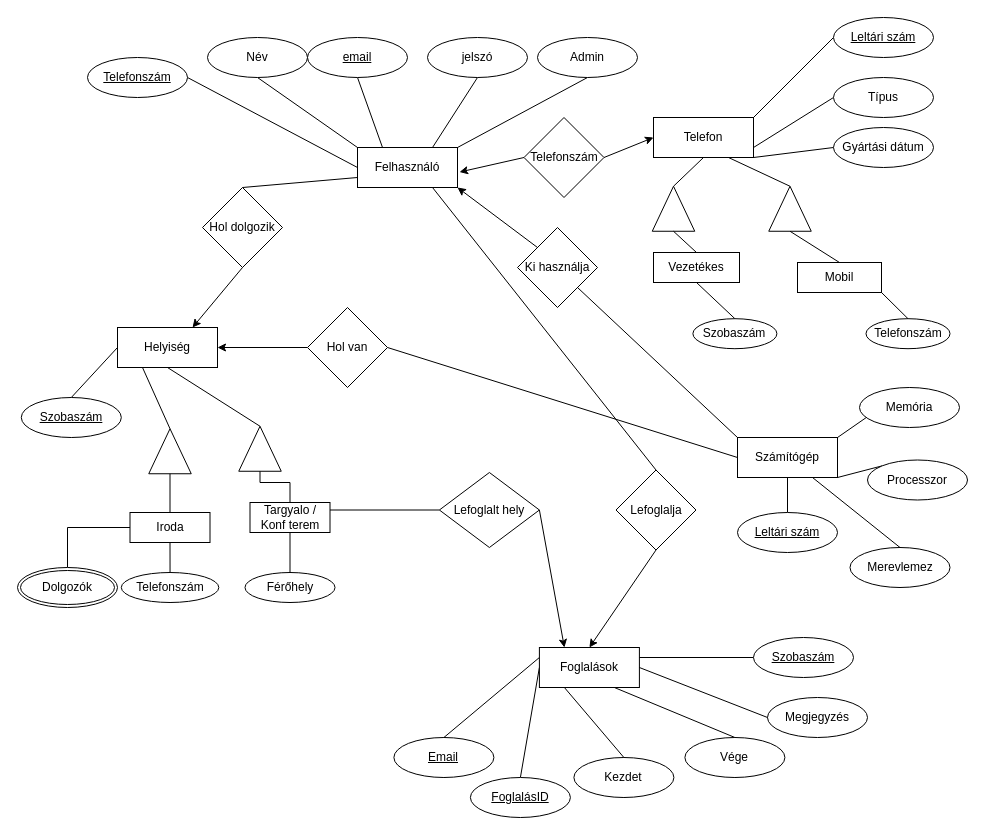
This is Munkahely.drawio from Troversones/adatbProjekt, a draw.io file, before an edit. Source tidied: cells renumbered, new cells numbered last; positions are measured from the earlier drawing's top-left corner, leaving out a move shared by most shapes. Both pictures are drawn from the tidied source at 100%, with x=0, y=0 at pixel (17, 17).
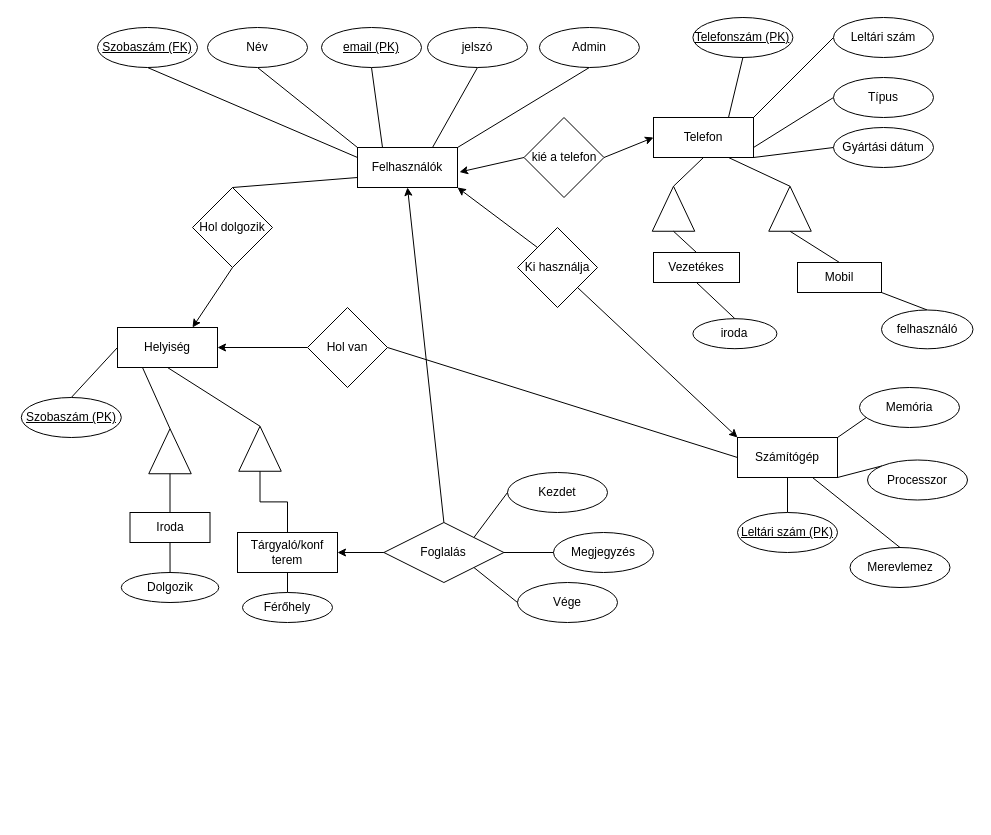
Above is the later version.

The change refers to these unchanged cells:
```xml
<mxCell id="6" value="Számítógép" style="whiteSpace=wrap;html=1;align=center;" parent="1" vertex="1">
  <mxGeometry x="720" y="420" width="100" height="40" as="geometry" />
</mxCell>
<mxCell id="7" value="Telefon" style="whiteSpace=wrap;html=1;align=center;" parent="1" vertex="1">
  <mxGeometry x="636" y="100" width="100" height="40" as="geometry" />
</mxCell>
<mxCell id="39" value="Ki használja" style="rhombus;whiteSpace=wrap;html=1;" parent="1" vertex="1">
  <mxGeometry x="500" y="210" width="80" height="80" as="geometry" />
</mxCell>
<mxCell id="60" value="Iroda" style="whiteSpace=wrap;html=1;align=center;" parent="1" vertex="1">
  <mxGeometry x="112.5" y="495" width="80" height="30" as="geometry" />
</mxCell>
<mxCell id="64" style="triangle;whiteSpace=wrap;html=1;rotation=-90;" parent="1" vertex="1">
  <mxGeometry x="220" y="410" width="45" height="42.5" as="geometry" />
</mxCell>
```

Diff of the diagram source:
```diff
@@
-    <mxCell id="2" style="rounded=0;jettySize=auto;html=1;exitX=0.75;exitY=1;exitDx=0;exitDy=0;entryX=0.5;entryY=0;entryDx=0;entryDy=0;endArrow=none;endFill=0;" parent="1" edge="1" source="3" target="81">
-      <mxGeometry relative="1" as="geometry" />
-    </mxCell>
+    <mxCell id="89" style="rounded=0;jettySize=auto;html=1;exitX=0;exitY=0.25;exitDx=0;exitDy=0;entryX=0.5;entryY=1;entryDx=0;entryDy=0;endArrow=none;endFill=0;" parent="1" edge="1" source="3" target="93">
+      <mxGeometry relative="1" as="geometry" />
+    </mxCell>
-    <mxCell id="3" value="Felhasználó" style="whiteSpace=wrap;html=1;align=center;" parent="1" vertex="1">
+    <mxCell id="3" value="Felhasználók" style="whiteSpace=wrap;html=1;align=center;" parent="1" vertex="1">
       <mxGeometry x="340" y="130" width="100" height="40" as="geometry" />
     </mxCell>
-    <mxCell id="4" style="rounded=0;jettySize=auto;html=1;exitX=0;exitY=0;exitDx=0;exitDy=0;entryX=1;entryY=1;entryDx=0;entryDy=0;endArrow=none;endFill=0;" parent="1" edge="1" source="6" target="39">
-      <mxGeometry relative="1" as="geometry" />
-    </mxCell>
@@
+    <mxCell id="90" style="rounded=0;jettySize=auto;html=1;exitX=0.75;exitY=0;exitDx=0;exitDy=0;endArrow=none;endFill=0;entryX=0.5;entryY=1;entryDx=0;entryDy=0;" parent="1" edge="1" source="7" target="92">
+      <mxGeometry relative="1" as="geometry" />
+    </mxCell>
@@
     <mxCell id="9" value="Név" style="ellipse;whiteSpace=wrap;html=1;align=center;" parent="1" vertex="1">
-      <mxGeometry x="190" y="20" width="100" height="40" as="geometry" />
+      <mxGeometry x="190" y="10" width="100" height="40" as="geometry" />
     </mxCell>
@@
-    <mxCell id="11" value="&lt;u&gt;email&lt;/u&gt;" style="ellipse;whiteSpace=wrap;html=1;align=center;" parent="1" vertex="1">
-      <mxGeometry x="290" y="20" width="100" height="40" as="geometry" />
+    <mxCell id="11" value="&lt;u&gt;email (PK)&lt;/u&gt;" style="ellipse;whiteSpace=wrap;html=1;align=center;" parent="1" vertex="1">
+      <mxGeometry x="304" y="10" width="100" height="40" as="geometry" />
     </mxCell>
@@
     <mxCell id="13" value="jelszó" style="ellipse;whiteSpace=wrap;html=1;align=center;" parent="1" vertex="1">
-      <mxGeometry x="410" y="20" width="100" height="40" as="geometry" />
+      <mxGeometry x="410" y="10" width="100" height="40" as="geometry" />
     </mxCell>
@@
     <mxCell id="15" value="Admin" style="ellipse;whiteSpace=wrap;html=1;align=center;" parent="1" vertex="1">
-      <mxGeometry x="520" y="20" width="100" height="40" as="geometry" />
+      <mxGeometry x="521.9" y="10" width="100" height="40" as="geometry" />
     </mxCell>
@@
-    <mxCell id="17" value="&lt;u&gt;Leltári szám&lt;/u&gt;" style="ellipse;whiteSpace=wrap;html=1;align=center;" parent="1" vertex="1">
+    <mxCell id="17" value="Leltári szám" style="ellipse;whiteSpace=wrap;html=1;align=center;" parent="1" vertex="1">
       <mxGeometry x="816" width="100" height="40" as="geometry" />
     </mxCell>
@@
-    <mxCell id="23" value="&lt;u&gt;Leltári szám&lt;/u&gt;" style="ellipse;whiteSpace=wrap;html=1;align=center;" parent="1" vertex="1">
+    <mxCell id="23" value="&lt;u&gt;Leltári szám (PK)&lt;/u&gt;" style="ellipse;whiteSpace=wrap;html=1;align=center;" parent="1" vertex="1">
       <mxGeometry x="720" y="495" width="100" height="40" as="geometry" />
     </mxCell>
@@
-    <mxCell id="36" value="Telefonszám" style="rhombus;whiteSpace=wrap;html=1;" parent="1" vertex="1">
+    <mxCell id="36" value="kié a telefon" style="rhombus;whiteSpace=wrap;html=1;" parent="1" vertex="1">
       <mxGeometry x="506.5" y="100" width="80" height="80" as="geometry" />
     </mxCell>
@@
+    <mxCell id="91" style="rounded=0;jettySize=auto;html=1;exitX=1;exitY=1;exitDx=0;exitDy=0;entryX=0;entryY=0;entryDx=0;entryDy=0;" parent="1" edge="1" source="39" target="6">
+      <mxGeometry relative="1" as="geometry" />
+    </mxCell>
@@
-    <mxCell id="41" value="Szobaszám" style="ellipse;whiteSpace=wrap;html=1;align=center;fontStyle=4;" parent="1" vertex="1">
+    <mxCell id="41" value="Szobaszám (PK)" style="ellipse;whiteSpace=wrap;html=1;align=center;fontStyle=4;" parent="1" vertex="1">
       <mxGeometry x="3.8" y="380" width="100" height="40" as="geometry" />
     </mxCell>
@@
     <mxCell id="43" value="Hol dolgozik" style="rhombus;whiteSpace=wrap;html=1;" parent="1" vertex="1">
-      <mxGeometry x="185" y="170" width="80" height="80" as="geometry" />
+      <mxGeometry x="175" y="170" width="80" height="80" as="geometry" />
     </mxCell>
@@
-    <mxCell id="45" style="rounded=0;jettySize=auto;html=1;exitX=1;exitY=0.25;exitDx=0;exitDy=0;entryX=0;entryY=0.5;entryDx=0;entryDy=0;endArrow=none;endFill=0;" parent="1" edge="1" source="67" target="84">
-      <mxGeometry relative="1" as="geometry" />
-    </mxCell>
@@
-    <mxCell id="51" value="Telefonszám" style="ellipse;whiteSpace=wrap;html=1;align=center;" parent="1" vertex="1">
-      <mxGeometry x="848.5" y="301.2" width="84" height="30" as="geometry" />
+    <mxCell id="51" value="felhasználó" style="ellipse;whiteSpace=wrap;html=1;align=center;" parent="1" vertex="1">
+      <mxGeometry x="864" y="292.5" width="91.5" height="38.8" as="geometry" />
     </mxCell>
@@
-    <mxCell id="53" value="Szobaszám" style="ellipse;whiteSpace=wrap;html=1;align=center;" parent="1" vertex="1">
+    <mxCell id="53" value="iroda" style="ellipse;whiteSpace=wrap;html=1;align=center;" parent="1" vertex="1">
       <mxGeometry x="675.4" y="301.2" width="84" height="30" as="geometry" />
     </mxCell>
-    <mxCell id="54" style="rounded=0;jettySize=auto;html=1;exitX=1;exitY=0.5;exitDx=0;exitDy=0;entryX=0;entryY=0.5;entryDx=0;entryDy=0;endArrow=none;endFill=0;" parent="1" edge="1" source="55" target="3">
-      <mxGeometry relative="1" as="geometry" />
-    </mxCell>
-    <mxCell id="55" value="&lt;u&gt;Telefonszám&lt;/u&gt;" style="ellipse;whiteSpace=wrap;html=1;align=center;" parent="1" vertex="1">
-      <mxGeometry x="70" y="40" width="100" height="40" as="geometry" />
-    </mxCell>
@@
-    <mxCell id="59" style="edgeStyle=orthogonalEdgeStyle;rounded=0;jettySize=auto;html=1;exitX=0;exitY=0.5;exitDx=0;exitDy=0;entryX=0.5;entryY=0;entryDx=0;entryDy=0;endArrow=none;endFill=0;entryPerimeter=0;" parent="1" edge="1" source="60" target="88">
-      <mxGeometry relative="1" as="geometry" />
-    </mxCell>
@@
-    <mxCell id="62" value="Telefonszám" style="ellipse;whiteSpace=wrap;html=1;align=center;" parent="1" vertex="1">
+    <mxCell id="62" value="Dolgozik" style="ellipse;whiteSpace=wrap;html=1;align=center;" parent="1" vertex="1">
       <mxGeometry x="103.8" y="555" width="97.5" height="30" as="geometry" />
     </mxCell>
@@
-    <mxCell id="65" style="rounded=0;jettySize=auto;html=1;exitX=0.5;exitY=0;exitDx=0;exitDy=0;entryX=0;entryY=0.5;entryDx=0;entryDy=0;endArrow=none;endFill=0;edgeStyle=orthogonalEdgeStyle;" parent="1" edge="1" source="67" target="64">
+    <mxCell id="65" style="rounded=0;jettySize=auto;html=1;exitX=0.5;exitY=0;exitDx=0;exitDy=0;entryX=0;entryY=0.5;entryDx=0;entryDy=0;endArrow=none;endFill=0;edgeStyle=orthogonalEdgeStyle;" parent="1" edge="1" source="96" target="64">
       <mxGeometry relative="1" as="geometry" />
     </mxCell>
-    <mxCell id="66" style="rounded=0;jettySize=auto;html=1;exitX=0.5;exitY=1;exitDx=0;exitDy=0;entryX=0.5;entryY=0;entryDx=0;entryDy=0;endArrow=none;endFill=0;" parent="1" edge="1" source="67" target="85">
+    <mxCell id="66" style="rounded=0;jettySize=auto;html=1;exitX=0.5;exitY=1;exitDx=0;exitDy=0;entryX=0.5;entryY=0;entryDx=0;entryDy=0;endArrow=none;endFill=0;" parent="1" edge="1" source="96" target="85">
       <mxGeometry relative="1" as="geometry" />
     </mxCell>
-    <mxCell id="67" value="Targyalo / Konf terem" style="whiteSpace=wrap;html=1;align=center;" parent="1" vertex="1">
-      <mxGeometry x="232.5" y="485" width="80" height="30" as="geometry" />
-    </mxCell>
@@
-    <mxCell id="70" style="rounded=0;jettySize=auto;html=1;exitX=0;exitY=0.5;exitDx=0;exitDy=0;entryX=0.5;entryY=0;entryDx=0;entryDy=0;endArrow=none;endFill=0;" parent="1" edge="1" source="74" target="75">
-      <mxGeometry relative="1" as="geometry" />
-    </mxCell>
-    <mxCell id="71" style="rounded=0;jettySize=auto;html=1;exitX=0.25;exitY=1;exitDx=0;exitDy=0;entryX=0.5;entryY=0;entryDx=0;entryDy=0;endArrow=none;endFill=0;" parent="1" edge="1" source="74" target="76">
-      <mxGeometry relative="1" as="geometry" />
-    </mxCell>
-    <mxCell id="72" style="rounded=0;jettySize=auto;html=1;exitX=0.75;exitY=1;exitDx=0;exitDy=0;entryX=0.5;entryY=0;entryDx=0;entryDy=0;endArrow=none;endFill=0;" parent="1" edge="1" source="74" target="77">
-      <mxGeometry relative="1" as="geometry" />
-    </mxCell>
-    <mxCell id="73" style="rounded=0;jettySize=auto;html=1;exitX=0;exitY=0.25;exitDx=0;exitDy=0;entryX=0.5;entryY=0;entryDx=0;entryDy=0;endArrow=none;endFill=0;" parent="1" edge="1" source="74" target="82">
-      <mxGeometry relative="1" as="geometry" />
-    </mxCell>
-    <mxCell id="74" value="Foglalások" style="whiteSpace=wrap;html=1;align=center;" parent="1" vertex="1">
-      <mxGeometry x="521.9" y="630" width="100" height="40" as="geometry" />
-    </mxCell>
-    <mxCell id="75" value="FoglalásID" style="ellipse;whiteSpace=wrap;html=1;align=center;fontStyle=4;" parent="1" vertex="1">
-      <mxGeometry x="452.9" y="760" width="100" height="40" as="geometry" />
-    </mxCell>
     <mxCell id="76" value="Kezdet" style="ellipse;whiteSpace=wrap;html=1;align=center;" parent="1" vertex="1">
-      <mxGeometry x="556.4" y="740" width="100" height="40" as="geometry" />
+      <mxGeometry x="490" y="455" width="100" height="40" as="geometry" />
     </mxCell>
     <mxCell id="77" value="Vége" style="ellipse;whiteSpace=wrap;html=1;align=center;" parent="1" vertex="1">
-      <mxGeometry x="667.4" y="720" width="100" height="40" as="geometry" />
+      <mxGeometry x="500" y="565" width="100" height="40" as="geometry" />
     </mxCell>
     <mxCell id="78" value="Megjegyzés" style="ellipse;whiteSpace=wrap;html=1;align=center;" parent="1" vertex="1">
-      <mxGeometry x="750" y="680" width="100" height="40" as="geometry" />
+      <mxGeometry x="536" y="515" width="100" height="40" as="geometry" />
     </mxCell>
-    <mxCell id="79" style="rounded=0;jettySize=auto;html=1;exitX=1;exitY=0.5;exitDx=0;exitDy=0;endArrow=none;endFill=0;entryX=0;entryY=0.5;entryDx=0;entryDy=0;" parent="1" edge="1" source="74" target="78">
+    <mxCell id="79" style="rounded=0;jettySize=auto;html=1;exitX=1;exitY=0.5;exitDx=0;exitDy=0;endArrow=none;endFill=0;entryX=0;entryY=0.5;entryDx=0;entryDy=0;" parent="1" edge="1" source="99" target="78">
       <mxGeometry relative="1" as="geometry" />
     </mxCell>
-    <mxCell id="80" style="rounded=0;jettySize=auto;html=1;exitX=0.5;exitY=1;exitDx=0;exitDy=0;entryX=0.5;entryY=0;entryDx=0;entryDy=0;" parent="1" edge="1" source="81" target="74">
-      <mxGeometry relative="1" as="geometry" />
-    </mxCell>
-    <mxCell id="81" value="Lefoglalja" style="rhombus;whiteSpace=wrap;html=1;" parent="1" vertex="1">
-      <mxGeometry x="598.5" y="452.5" width="80" height="80" as="geometry" />
-    </mxCell>
-    <mxCell id="82" value="Email" style="ellipse;whiteSpace=wrap;html=1;align=center;fontStyle=4;" parent="1" vertex="1">
-      <mxGeometry x="376.4" y="720" width="100" height="40" as="geometry" />
-    </mxCell>
-    <mxCell id="83" style="rounded=0;jettySize=auto;html=1;exitX=1;exitY=0.5;exitDx=0;exitDy=0;entryX=0.25;entryY=0;entryDx=0;entryDy=0;" parent="1" edge="1" source="84" target="74">
-      <mxGeometry relative="1" as="geometry" />
-    </mxCell>
-    <mxCell id="84" value="Lefoglalt hely" style="rhombus;whiteSpace=wrap;html=1;" parent="1" vertex="1">
-      <mxGeometry x="421.9" y="455" width="100" height="75" as="geometry" />
-    </mxCell>
     <mxCell id="85" value="Férőhely" style="ellipse;whiteSpace=wrap;html=1;align=center;" parent="1" vertex="1">
-      <mxGeometry x="227.5" y="555" width="90" height="30" as="geometry" />
+      <mxGeometry x="225" y="575" width="90" height="30" as="geometry" />
     </mxCell>
-    <mxCell id="86" style="rounded=0;jettySize=auto;html=1;exitX=0;exitY=0.5;exitDx=0;exitDy=0;entryX=1;entryY=0.25;entryDx=0;entryDy=0;endArrow=none;endFill=0;" parent="1" edge="1" source="87" target="74">
-      <mxGeometry relative="1" as="geometry" />
-    </mxCell>
-    <mxCell id="87" value="Szobaszám" style="ellipse;whiteSpace=wrap;html=1;align=center;fontStyle=4;" parent="1" vertex="1">
-      <mxGeometry x="736" y="620" width="100" height="40" as="geometry" />
-    </mxCell>
-    <mxCell id="88" value="Dolgozók" style="ellipse;shape=doubleEllipse;margin=3;whiteSpace=wrap;html=1;align=center;" parent="1" vertex="1">
-      <mxGeometry y="550" width="100" height="40" as="geometry" />
-    </mxCell>
+    <mxCell id="92" value="&lt;u&gt;Telefonszám (PK)&lt;/u&gt;" style="ellipse;whiteSpace=wrap;html=1;align=center;" parent="1" vertex="1">
+      <mxGeometry x="675.4" width="100" height="40" as="geometry" />
+    </mxCell>
+    <mxCell id="93" value="&lt;u&gt;Szobaszám (FK)&lt;/u&gt;" style="ellipse;whiteSpace=wrap;html=1;align=center;" parent="1" vertex="1">
+      <mxGeometry x="80" y="10" width="100" height="40" as="geometry" />
+    </mxCell>
+    <mxCell id="94" style="rounded=0;jettySize=auto;html=1;exitX=1;exitY=0;exitDx=0;exitDy=0;endArrow=none;endFill=0;entryX=0;entryY=0.5;entryDx=0;entryDy=0;" parent="1" edge="1" source="99" target="76">
+      <mxGeometry relative="1" as="geometry" />
+    </mxCell>
+    <mxCell id="95" style="rounded=0;jettySize=auto;html=1;exitX=1;exitY=1;exitDx=0;exitDy=0;endArrow=none;endFill=0;entryX=0;entryY=0.5;entryDx=0;entryDy=0;" parent="1" edge="1" source="99" target="77">
+      <mxGeometry relative="1" as="geometry" />
+    </mxCell>
+    <mxCell id="96" value="Tárgyaló/konf terem" style="whiteSpace=wrap;html=1;align=center;" parent="1" vertex="1">
+      <mxGeometry x="220" y="515" width="100" height="40" as="geometry" />
+    </mxCell>
+    <mxCell id="97" style="rounded=0;jettySize=auto;html=1;exitX=0.5;exitY=0;exitDx=0;exitDy=0;entryX=0.5;entryY=1;entryDx=0;entryDy=0;" parent="1" edge="1" source="99" target="3">
+      <mxGeometry relative="1" as="geometry" />
+    </mxCell>
+    <mxCell id="98" style="edgeStyle=orthogonalEdgeStyle;rounded=0;jettySize=auto;html=1;exitX=0;exitY=0.5;exitDx=0;exitDy=0;entryX=1;entryY=0.5;entryDx=0;entryDy=0;" parent="1" edge="1" source="99" target="96">
+      <mxGeometry relative="1" as="geometry" />
+    </mxCell>
+    <mxCell id="99" value="Foglalás" style="shape=rhombus;perimeter=rhombusPerimeter;whiteSpace=wrap;html=1;align=center;" parent="1" vertex="1">
+      <mxGeometry x="366.4" y="505" width="120" height="60" as="geometry" />
+    </mxCell>
```
